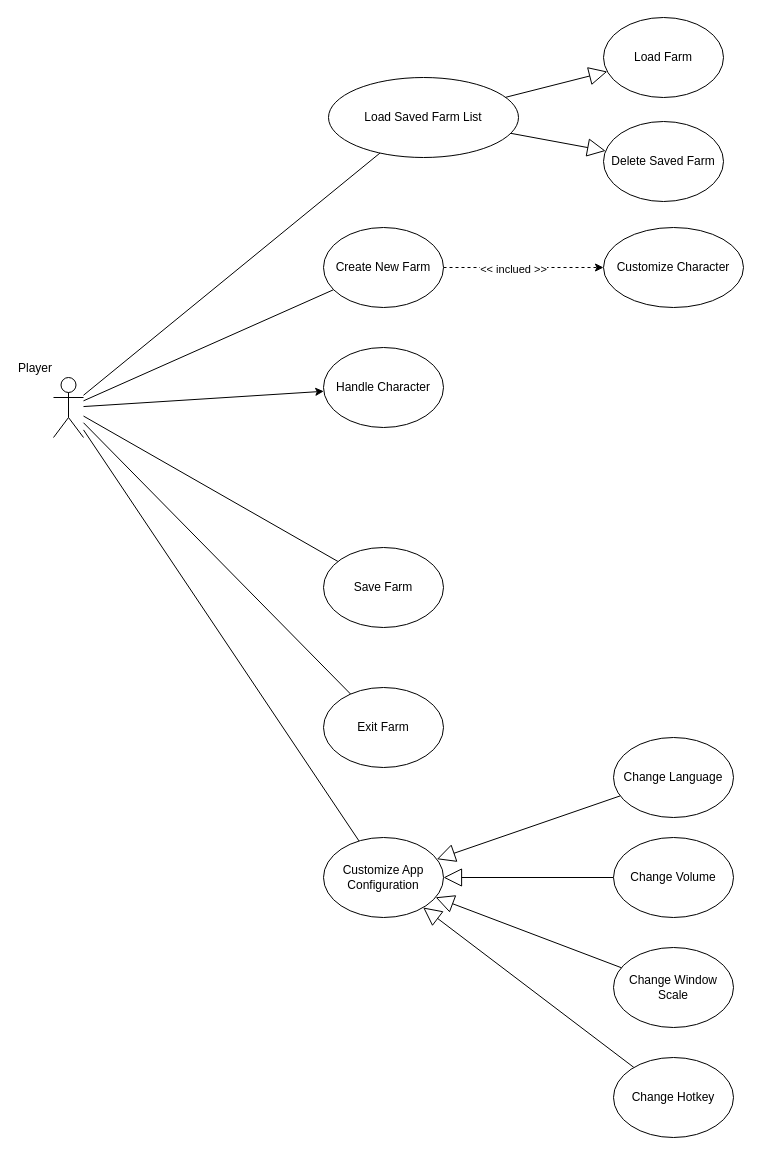
Before: page "Player_Use_cases" (1 of 4) of Document/Diagrams/sunny_field_use_cases.drawio in linhh563/sunny-fields, a draw.io diagram. Source tidied: cells renumbered, new cells numbered last; positions are measured from the earlier drawing's top-left corner, leaving out a move shared by most shapes. Both pictures are drawn from the tidied source at 100%, with x=0, y=0 at pixel (53, 17).
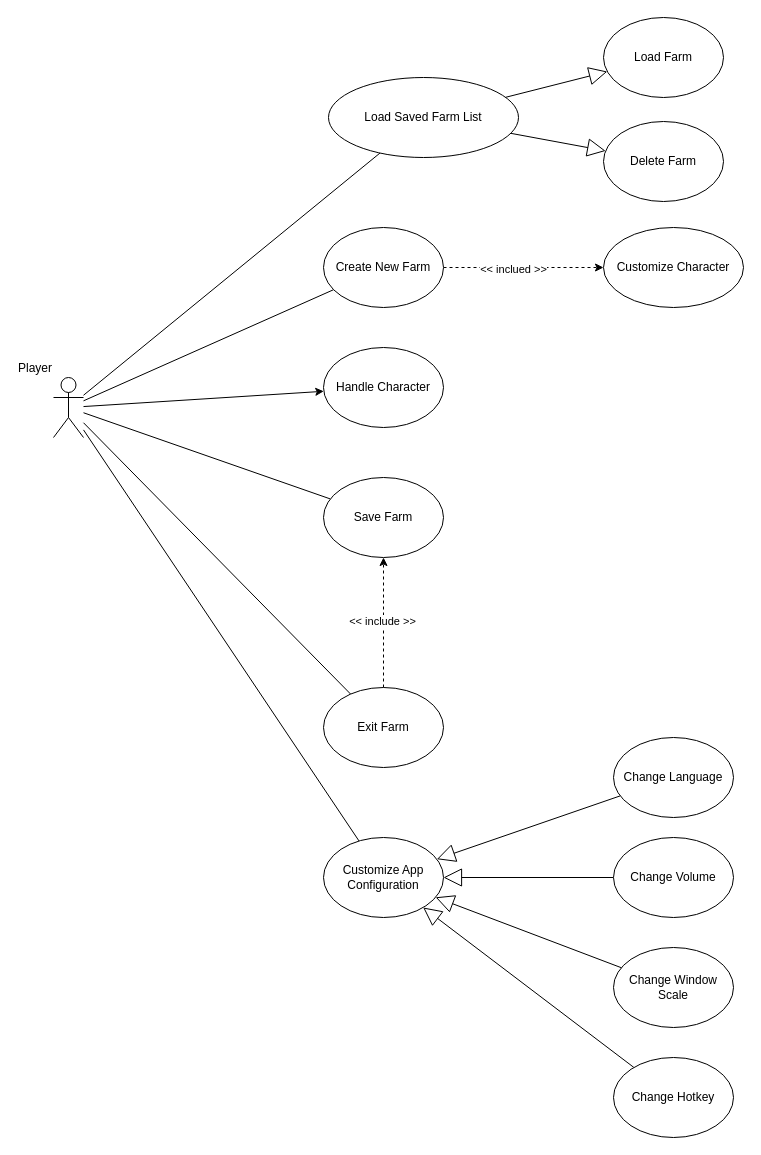
Above is the later version.

Unchanged cells that the change refers to:
```xml
<mxCell id="19" value="Exit Farm" style="ellipse;whiteSpace=wrap;html=1;" parent="1" vertex="1">
  <mxGeometry x="270" y="670" width="120" height="80" as="geometry" />
</mxCell>
```

Diff of the diagram source:
```diff
@@
     <mxCell id="15" value="Save Farm" style="ellipse;whiteSpace=wrap;html=1;" parent="1" vertex="1">
-      <mxGeometry x="270" y="530" width="120" height="80" as="geometry" />
+      <mxGeometry x="270" y="460" width="120" height="80" as="geometry" />
     </mxCell>
@@
+    <mxCell id="30" style="edgeStyle=orthogonalEdgeStyle;rounded=0;jettySize=auto;html=1;dashed=1;" parent="1" edge="1" source="19" target="15">
+      <mxGeometry relative="1" as="geometry" />
+    </mxCell>
+    <mxCell id="31" value="&amp;lt;&amp;lt; include &amp;gt;&amp;gt;" style="edgeLabel;html=1;align=center;verticalAlign=middle;" parent="30" vertex="1">
+      <mxGeometry x="0.03" y="2" relative="1" as="geometry" />
+    </mxCell>
@@
-    <mxCell id="20" value="Delete Saved Farm" style="ellipse;whiteSpace=wrap;html=1;" parent="1" vertex="1">
+    <mxCell id="20" value="Delete Farm" style="ellipse;whiteSpace=wrap;html=1;" parent="1" vertex="1">
       <mxGeometry x="550" y="104" width="120" height="80" as="geometry" />
     </mxCell>
```
